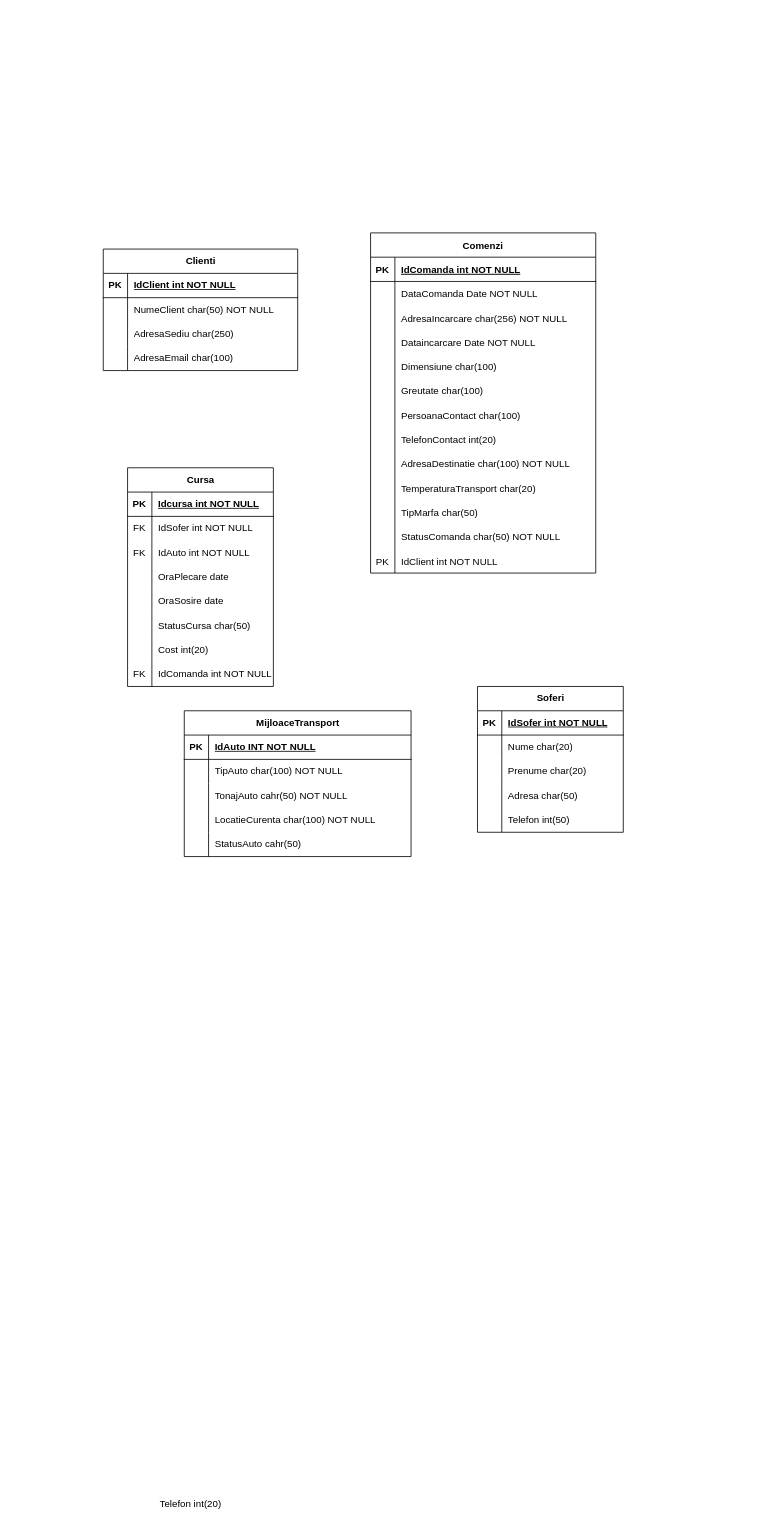
Above: TransportDataBase.drawio in AncaOanaM/Transport-Database (draw.io), before the change. Source tidied: cells renumbered, new cells numbered last; positions are measured from the earlier drawing's top-left corner, leaving out a move shared by most shapes. Both pictures are drawn from the tidied source at 81%, with x=0, y=0 at pixel (103, 232).
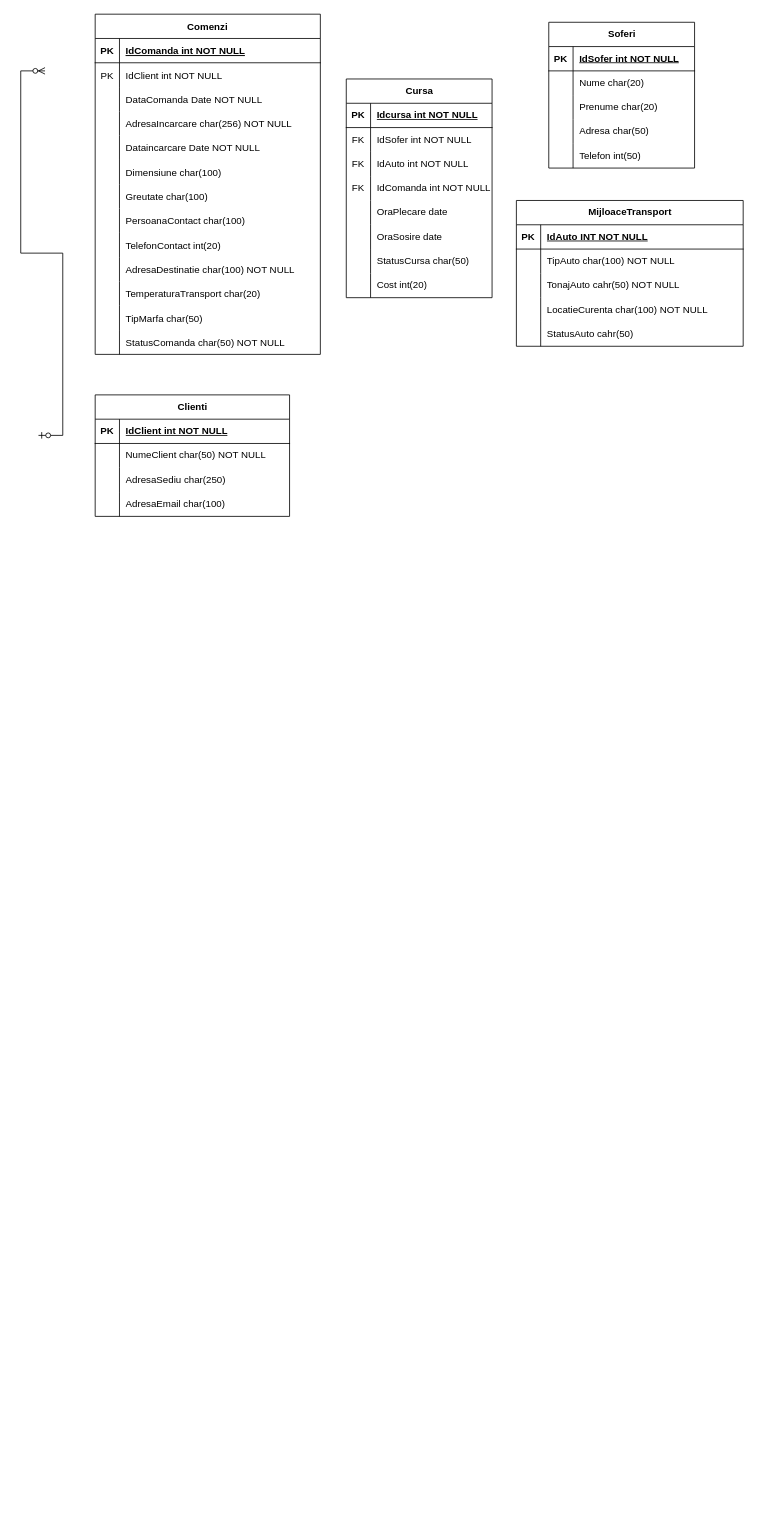
The same page after the edit.

Unchanged cells that the change refers to:
```xml
<mxCell id="52" style="shape=tableRow;horizontal=0;startSize=0;swimlaneHead=0;swimlaneBody=0;fillColor=none;top=0;left=0;right=0;bottom=0;" parent="42" vertex="1">
  <mxGeometry y="120" width="180" height="30" as="geometry" />
</mxCell>
<mxCell id="55" style="shape=tableRow;horizontal=0;startSize=0;swimlaneHead=0;swimlaneBody=0;fillColor=none;top=0;left=0;right=0;bottom=0;" parent="42" vertex="1">
  <mxGeometry y="150" width="180" height="30" as="geometry" />
</mxCell>
<mxCell id="58" style="shape=tableRow;horizontal=0;startSize=0;swimlaneHead=0;swimlaneBody=0;fillColor=none;top=0;left=0;right=0;bottom=0;" parent="42" vertex="1">
  <mxGeometry y="180" width="180" height="30" as="geometry" />
</mxCell>
<mxCell id="61" style="shape=tableRow;horizontal=0;startSize=0;swimlaneHead=0;swimlaneBody=0;fillColor=none;top=0;left=0;right=0;bottom=0;" parent="42" vertex="1">
  <mxGeometry y="210" width="180" height="30" as="geometry" />
</mxCell>
<mxCell id="64" style="shape=tableRow;horizontal=0;startSize=0;swimlaneHead=0;swimlaneBody=0;fillColor=none;top=0;left=0;right=0;bottom=0;" parent="42" vertex="1">
  <mxGeometry y="240" width="180" height="30" as="geometry" />
</mxCell>
<mxCell id="87" style="shape=partialRectangle;fillColor=none;top=0;left=0;right=0;bottom=0;" parent="83" vertex="1">
  <mxGeometry y="60" width="278" height="30" as="geometry" />
</mxCell>
<mxCell id="90" style="shape=partialRectangle;fillColor=none;top=0;left=0;right=0;bottom=0;" parent="83" vertex="1">
  <mxGeometry y="90" width="278" height="30" as="geometry" />
</mxCell>
<mxCell id="93" style="shape=partialRectangle;fillColor=none;top=0;left=0;right=0;bottom=0;" parent="83" vertex="1">
  <mxGeometry y="120" width="278" height="30" as="geometry" />
</mxCell>
<mxCell id="96" style="shape=partialRectangle;fillColor=none;top=0;left=0;right=0;bottom=0;" parent="83" vertex="1">
  <mxGeometry y="150" width="278" height="30" as="geometry" />
</mxCell>
<mxCell id="99" style="shape=partialRectangle;fillColor=none;top=0;left=0;right=0;bottom=0;" parent="83" vertex="1">
  <mxGeometry y="180" width="278" height="30" as="geometry" />
</mxCell>
<mxCell id="102" style="shape=partialRectangle;fillColor=none;top=0;left=0;right=0;bottom=0;" parent="83" vertex="1">
  <mxGeometry y="210" width="278" height="30" as="geometry" />
</mxCell>
<mxCell id="105" style="shape=partialRectangle;fillColor=none;top=0;left=0;right=0;bottom=0;" parent="83" vertex="1">
  <mxGeometry y="240" width="278" height="30" as="geometry" />
</mxCell>
<mxCell id="108" style="shape=partialRectangle;fillColor=none;top=0;left=0;right=0;bottom=0;" parent="83" vertex="1">
  <mxGeometry y="270" width="278" height="30" as="geometry" />
</mxCell>
<mxCell id="111" style="shape=partialRectangle;fillColor=none;top=0;left=0;right=0;bottom=0;" parent="83" vertex="1">
  <mxGeometry y="300" width="278" height="30" as="geometry" />
</mxCell>
<mxCell id="114" style="shape=partialRectangle;fillColor=none;top=0;left=0;right=0;bottom=0;" parent="83" vertex="1">
  <mxGeometry y="330" width="278" height="30" as="geometry" />
</mxCell>
<mxCell id="117" style="shape=partialRectangle;fillColor=none;top=0;left=0;right=0;bottom=0;" parent="83" vertex="1">
  <mxGeometry y="360" width="278" height="30" as="geometry" />
</mxCell>
<mxCell id="120" style="shape=partialRectangle;fillColor=none;top=0;left=0;right=0;bottom=0;" parent="83" vertex="1">
  <mxGeometry y="390" width="278" height="30" as="geometry" />
</mxCell>
```

Change to the diagram source:
```diff
@@
+    <mxCell id="123" style="edgeStyle=entityRelationEdgeStyle;fontSize=12;html=1;endArrow=ERzeroToMany;startArrow=ERzeroToOne;rounded=0;entryX=0;entryY=0.5;entryDx=0;entryDy=0;" parent="1" edge="1">
+      <mxGeometry relative="1" as="geometry">
+        <mxPoint x="-80" y="250" as="sourcePoint" />
+        <mxPoint x="-71.9" y="-200" as="targetPoint" />
+        <Array as="points">
+          <mxPoint x="-81.9" y="235" />
+          <mxPoint x="-141.9" y="135" />
+          <mxPoint x="-141.9" y="135" />
+          <mxPoint x="-91.9" y="235" />
+          <mxPoint x="-181.9" y="105" />
+          <mxPoint x="-91.9" y="-85" />
+          <mxPoint x="-101.9" y="-85" />
+        </Array>
+      </mxGeometry>
+    </mxCell>
     <mxCell id="2" value="Clienti" style="shape=table;startSize=30;childLayout=tableLayout;rowLines=0;fontStyle=1;align=center;html=1;" parent="1" vertex="1">
-      <mxGeometry y="20" width="240" height="150" as="geometry" />
+      <mxGeometry x="-10" y="200" width="240" height="150" as="geometry" />
     </mxCell>
@@
-    <mxCell id="15" value="Telefon int(20)" style="shape=partialRectangle;fillColor=none;top=0;left=0;bottom=0;right=0;align=left;spacingLeft=6;overflow=hidden;whiteSpace=wrap;html=1;" parent="1" vertex="1">
-      <mxGeometry x="62" y="1554" width="210" height="30" as="geometry" />
-    </mxCell>
@@
     <mxCell id="26" value="MijloaceTransport" style="shape=table;startSize=30;childLayout=tableLayout;rowLines=0;fontStyle=1;align=center;html=1;" parent="1" vertex="1">
-      <mxGeometry x="100" y="590" width="280" height="180" as="geometry" />
+      <mxGeometry x="510" y="-40" width="280" height="180" as="geometry" />
     </mxCell>
@@
     <mxCell id="42" value="Cursa" style="shape=table;startSize=30;childLayout=tableLayout;rowLines=0;fontStyle=1;align=center;html=1;" parent="1" vertex="1">
-      <mxGeometry x="30" y="290" width="180" height="270" as="geometry" />
+      <mxGeometry x="300" y="-190" width="180" height="270" as="geometry" />
     </mxCell>
@@
-    <mxCell id="53" style="shape=partialRectangle;fillColor=none;top=0;left=0;bottom=0;right=0;overflow=hidden;whiteSpace=wrap;html=1;" parent="52" vertex="1">
+    <mxCell id="53" value="FK" style="shape=partialRectangle;fillColor=none;top=0;left=0;bottom=0;right=0;overflow=hidden;whiteSpace=wrap;html=1;" parent="52" vertex="1">
       <mxGeometry width="30" height="30" as="geometry" />
     </mxCell>
-    <mxCell id="54" value="OraPlecare date" style="shape=partialRectangle;fillColor=none;top=0;left=0;bottom=0;right=0;align=left;spacingLeft=6;overflow=hidden;whiteSpace=wrap;html=1;" parent="52" vertex="1">
+    <mxCell id="54" value="IdComanda int NOT NULL" style="shape=partialRectangle;fillColor=none;top=0;left=0;bottom=0;right=0;align=left;spacingLeft=6;overflow=hidden;whiteSpace=wrap;html=1;" parent="52" vertex="1">
       <mxGeometry x="30" width="150" height="30" as="geometry" />
     </mxCell>
@@
-    <mxCell id="57" value="OraSosire date" style="shape=partialRectangle;fillColor=none;top=0;left=0;bottom=0;right=0;align=left;spacingLeft=6;overflow=hidden;whiteSpace=wrap;html=1;" parent="55" vertex="1">
+    <mxCell id="57" value="OraPlecare date" style="shape=partialRectangle;fillColor=none;top=0;left=0;bottom=0;right=0;align=left;spacingLeft=6;overflow=hidden;whiteSpace=wrap;html=1;" parent="55" vertex="1">
       <mxGeometry x="30" width="150" height="30" as="geometry" />
     </mxCell>
@@
-    <mxCell id="60" value="StatusCursa char(50)" style="shape=partialRectangle;fillColor=none;top=0;left=0;bottom=0;right=0;align=left;spacingLeft=6;overflow=hidden;whiteSpace=wrap;html=1;" parent="58" vertex="1">
+    <mxCell id="60" value="OraSosire date" style="shape=partialRectangle;fillColor=none;top=0;left=0;bottom=0;right=0;align=left;spacingLeft=6;overflow=hidden;whiteSpace=wrap;html=1;" parent="58" vertex="1">
       <mxGeometry x="30" width="150" height="30" as="geometry" />
     </mxCell>
@@
-    <mxCell id="63" value="Cost int(20)" style="shape=partialRectangle;fillColor=none;top=0;left=0;bottom=0;right=0;align=left;spacingLeft=6;overflow=hidden;whiteSpace=wrap;html=1;" parent="61" vertex="1">
+    <mxCell id="63" value="StatusCursa char(50)" style="shape=partialRectangle;fillColor=none;top=0;left=0;bottom=0;right=0;align=left;spacingLeft=6;overflow=hidden;whiteSpace=wrap;html=1;" parent="61" vertex="1">
       <mxGeometry x="30" width="150" height="30" as="geometry" />
     </mxCell>
@@
-    <mxCell id="65" value="FK" style="shape=partialRectangle;fillColor=none;top=0;left=0;bottom=0;right=0;overflow=hidden;whiteSpace=wrap;html=1;" parent="64" vertex="1">
+    <mxCell id="65" style="shape=partialRectangle;fillColor=none;top=0;left=0;bottom=0;right=0;overflow=hidden;whiteSpace=wrap;html=1;" parent="64" vertex="1">
       <mxGeometry width="30" height="30" as="geometry" />
     </mxCell>
-    <mxCell id="66" value="IdComanda int NOT NULL" style="shape=partialRectangle;fillColor=none;top=0;left=0;bottom=0;right=0;align=left;spacingLeft=6;overflow=hidden;whiteSpace=wrap;html=1;" parent="64" vertex="1">
+    <mxCell id="66" value="Cost int(20)" style="shape=partialRectangle;fillColor=none;top=0;left=0;bottom=0;right=0;align=left;spacingLeft=6;overflow=hidden;whiteSpace=wrap;html=1;" parent="64" vertex="1">
       <mxGeometry x="30" width="150" height="30" as="geometry" />
     </mxCell>
     <mxCell id="67" value="Soferi" style="shape=table;startSize=30;childLayout=tableLayout;rowLines=0;fontStyle=1;align=center;html=1;" parent="1" vertex="1">
-      <mxGeometry x="462" y="560" width="180" height="180" as="geometry" />
+      <mxGeometry x="550" y="-260" width="180" height="180" as="geometry" />
     </mxCell>
@@
     <mxCell id="83" value="Comenzi" style="shape=table;startSize=30;childLayout=tableLayout;rowLines=0;fontStyle=1;align=center;" parent="1" vertex="1">
-      <mxGeometry x="330" width="278" height="420" as="geometry" />
+      <mxGeometry x="-10" y="-270" width="278" height="420" as="geometry" />
     </mxCell>
@@
-    <mxCell id="88" style="shape=partialRectangle;overflow=hidden;fillColor=none;top=0;left=0;bottom=0;right=0;" parent="87" vertex="1">
+    <mxCell id="88" value="PK" style="shape=partialRectangle;overflow=hidden;fillColor=none;top=0;left=0;bottom=0;right=0;" parent="87" vertex="1">
       <mxGeometry width="30" height="30" as="geometry" />
     </mxCell>
-    <mxCell id="89" value="DataComanda Date NOT NULL" style="shape=partialRectangle;overflow=hidden;fillColor=none;top=0;left=0;bottom=0;right=0;align=left;spacingLeft=6;" parent="87" vertex="1">
+    <mxCell id="89" value="IdClient int NOT NULL" style="shape=partialRectangle;overflow=hidden;fillColor=none;top=0;left=0;bottom=0;right=0;align=left;spacingLeft=6;" parent="87" vertex="1">
       <mxGeometry x="30" width="248" height="30" as="geometry" />
     </mxCell>
@@
-    <mxCell id="92" value="AdresaIncarcare char(256) NOT NULL" style="shape=partialRectangle;overflow=hidden;fillColor=none;top=0;left=0;bottom=0;right=0;align=left;spacingLeft=6;" parent="90" vertex="1">
+    <mxCell id="92" value="DataComanda Date NOT NULL" style="shape=partialRectangle;overflow=hidden;fillColor=none;top=0;left=0;bottom=0;right=0;align=left;spacingLeft=6;" parent="90" vertex="1">
       <mxGeometry x="30" width="248" height="30" as="geometry" />
     </mxCell>
@@
-    <mxCell id="95" value="Dataincarcare Date NOT NULL" style="shape=partialRectangle;overflow=hidden;fillColor=none;top=0;left=0;bottom=0;right=0;align=left;spacingLeft=6;" parent="93" vertex="1">
+    <mxCell id="95" value="AdresaIncarcare char(256) NOT NULL" style="shape=partialRectangle;overflow=hidden;fillColor=none;top=0;left=0;bottom=0;right=0;align=left;spacingLeft=6;" parent="93" vertex="1">
       <mxGeometry x="30" width="248" height="30" as="geometry" />
     </mxCell>
@@
-    <mxCell id="98" value="Dimensiune char(100)" style="shape=partialRectangle;overflow=hidden;fillColor=none;top=0;left=0;bottom=0;right=0;align=left;spacingLeft=6;" parent="96" vertex="1">
+    <mxCell id="98" value="Dataincarcare Date NOT NULL" style="shape=partialRectangle;overflow=hidden;fillColor=none;top=0;left=0;bottom=0;right=0;align=left;spacingLeft=6;" parent="96" vertex="1">
       <mxGeometry x="30" width="248" height="30" as="geometry" />
     </mxCell>
@@
-    <mxCell id="101" value="Greutate char(100)" style="shape=partialRectangle;overflow=hidden;fillColor=none;top=0;left=0;bottom=0;right=0;align=left;spacingLeft=6;" parent="99" vertex="1">
+    <mxCell id="101" value="Dimensiune char(100)" style="shape=partialRectangle;overflow=hidden;fillColor=none;top=0;left=0;bottom=0;right=0;align=left;spacingLeft=6;" parent="99" vertex="1">
       <mxGeometry x="30" width="248" height="30" as="geometry" />
     </mxCell>
@@
-    <mxCell id="104" value="PersoanaContact char(100)" style="shape=partialRectangle;overflow=hidden;fillColor=none;top=0;left=0;bottom=0;right=0;align=left;spacingLeft=6;" parent="102" vertex="1">
+    <mxCell id="104" value="Greutate char(100)" style="shape=partialRectangle;overflow=hidden;fillColor=none;top=0;left=0;bottom=0;right=0;align=left;spacingLeft=6;" parent="102" vertex="1">
       <mxGeometry x="30" width="248" height="30" as="geometry" />
     </mxCell>
@@
-    <mxCell id="107" value="TelefonContact int(20)" style="shape=partialRectangle;overflow=hidden;fillColor=none;top=0;left=0;bottom=0;right=0;align=left;spacingLeft=6;" parent="105" vertex="1">
+    <mxCell id="107" value="PersoanaContact char(100)" style="shape=partialRectangle;overflow=hidden;fillColor=none;top=0;left=0;bottom=0;right=0;align=left;spacingLeft=6;" parent="105" vertex="1">
       <mxGeometry x="30" width="248" height="30" as="geometry" />
     </mxCell>
@@
-    <mxCell id="110" value="AdresaDestinatie char(100) NOT NULL" style="shape=partialRectangle;overflow=hidden;fillColor=none;top=0;left=0;bottom=0;right=0;align=left;spacingLeft=6;" parent="108" vertex="1">
+    <mxCell id="110" value="TelefonContact int(20)" style="shape=partialRectangle;overflow=hidden;fillColor=none;top=0;left=0;bottom=0;right=0;align=left;spacingLeft=6;" parent="108" vertex="1">
       <mxGeometry x="30" width="248" height="30" as="geometry" />
     </mxCell>
@@
-    <mxCell id="113" value="TemperaturaTransport char(20)" style="shape=partialRectangle;overflow=hidden;fillColor=none;top=0;left=0;bottom=0;right=0;align=left;spacingLeft=6;" parent="111" vertex="1">
+    <mxCell id="113" value="AdresaDestinatie char(100) NOT NULL" style="shape=partialRectangle;overflow=hidden;fillColor=none;top=0;left=0;bottom=0;right=0;align=left;spacingLeft=6;" parent="111" vertex="1">
       <mxGeometry x="30" width="248" height="30" as="geometry" />
     </mxCell>
@@
-    <mxCell id="116" value="TipMarfa char(50)" style="shape=partialRectangle;overflow=hidden;fillColor=none;top=0;left=0;bottom=0;right=0;align=left;spacingLeft=6;" parent="114" vertex="1">
+    <mxCell id="116" value="TemperaturaTransport char(20)" style="shape=partialRectangle;overflow=hidden;fillColor=none;top=0;left=0;bottom=0;right=0;align=left;spacingLeft=6;" parent="114" vertex="1">
       <mxGeometry x="30" width="248" height="30" as="geometry" />
     </mxCell>
@@
-    <mxCell id="119" value="StatusComanda char(50) NOT NULL" style="shape=partialRectangle;overflow=hidden;fillColor=none;top=0;left=0;bottom=0;right=0;align=left;spacingLeft=6;" parent="117" vertex="1">
+    <mxCell id="119" value="TipMarfa char(50)" style="shape=partialRectangle;overflow=hidden;fillColor=none;top=0;left=0;bottom=0;right=0;align=left;spacingLeft=6;" parent="117" vertex="1">
       <mxGeometry x="30" width="248" height="30" as="geometry" />
     </mxCell>
@@
-    <mxCell id="121" value="PK" style="shape=partialRectangle;overflow=hidden;fillColor=none;top=0;left=0;bottom=0;right=0;" parent="120" vertex="1">
+    <mxCell id="121" style="shape=partialRectangle;overflow=hidden;fillColor=none;top=0;left=0;bottom=0;right=0;" parent="120" vertex="1">
       <mxGeometry width="30" height="30" as="geometry" />
     </mxCell>
-    <mxCell id="122" value="IdClient int NOT NULL" style="shape=partialRectangle;overflow=hidden;fillColor=none;top=0;left=0;bottom=0;right=0;align=left;spacingLeft=6;" parent="120" vertex="1">
+    <mxCell id="122" value="StatusComanda char(50) NOT NULL" style="shape=partialRectangle;overflow=hidden;fillColor=none;top=0;left=0;bottom=0;right=0;align=left;spacingLeft=6;" parent="120" vertex="1">
       <mxGeometry x="30" width="248" height="30" as="geometry" />
     </mxCell>
```
